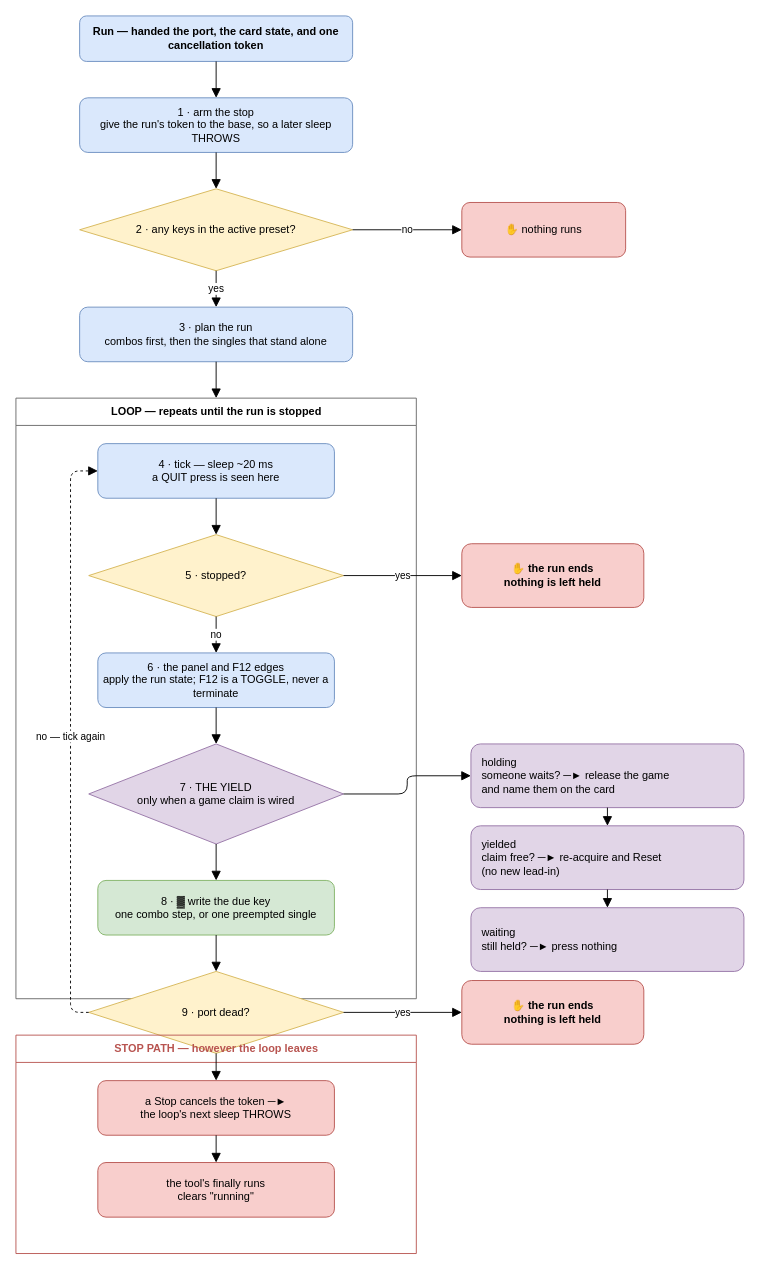
Earlier version of the draw.io diagram v2/docs/diagrams/spammer-flow.drawio (keikeiiu/seal-tools). Source tidied: cells renumbered, new cells numbered last; positions are measured from the earlier drawing's top-left corner, leaving out a move shared by most shapes. Both pictures are drawn from the tidied source at 91%, with x=0, y=0 at pixel (15, 15).
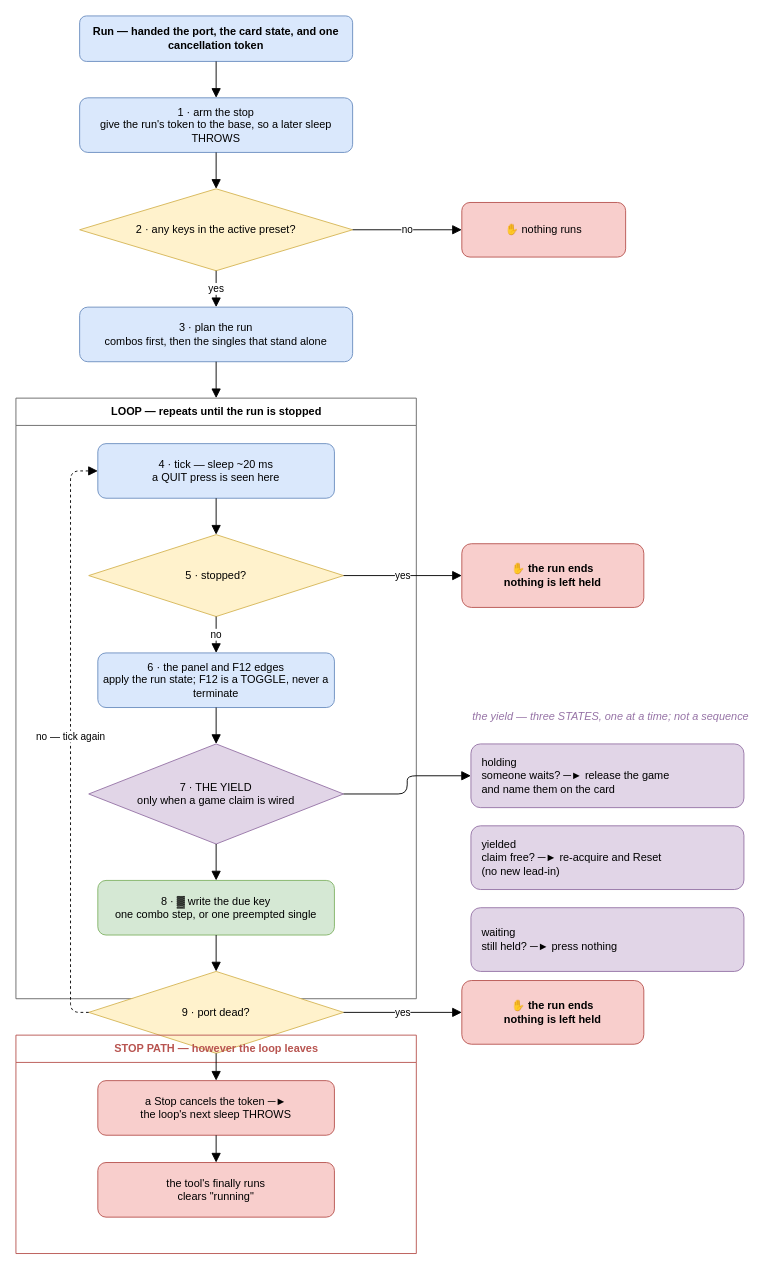
The same diagram, later.

Commit message:
docs(diagrams): the yield is three STATES, not a sequence

Unchanged cells that the change refers to:
```xml
<mxCell id="14" value="holding&#10;someone waits? ─► release the game&#10;and name them on the card" style="rounded=1;whiteSpace=wrap;html=1;fillColor=#e1d5e7;strokeColor=#9673a6;align=left;spacingLeft=10;" parent="1" vertex="1">
  <mxGeometry x="500" y="800" width="300" height="70" as="geometry" />
</mxCell>
<mxCell id="15" value="yielded&#10;claim free? ─► re-acquire and Reset&#10;(no new lead-in)" style="rounded=1;whiteSpace=wrap;html=1;fillColor=#e1d5e7;strokeColor=#9673a6;align=left;spacingLeft=10;" parent="1" vertex="1">
  <mxGeometry x="500" y="890" width="300" height="70" as="geometry" />
</mxCell>
<mxCell id="16" value="waiting&#10;still held? ─► press nothing" style="rounded=1;whiteSpace=wrap;html=1;fillColor=#e1d5e7;strokeColor=#9673a6;align=left;spacingLeft=10;" parent="1" vertex="1">
  <mxGeometry x="500" y="980" width="300" height="70" as="geometry" />
</mxCell>
```

Diff of the diagram source:
```diff
@@
-    <mxCell id="36" style="edgeStyle=orthogonalEdgeStyle;rounded=1;jettySize=auto;html=1;endArrow=block;endSize=8;exitX=0.5;exitY=1;exitDx=0;exitDy=0;entryX=0.5;entryY=0;entryDx=0;entryDy=0;" parent="1" edge="1" source="14" target="15">
-      <mxGeometry relative="1" as="geometry" />
-    </mxCell>
-    <mxCell id="37" style="edgeStyle=orthogonalEdgeStyle;rounded=1;jettySize=auto;html=1;endArrow=block;endSize=8;exitX=0.5;exitY=1;exitDx=0;exitDy=0;entryX=0.5;entryY=0;entryDx=0;entryDy=0;" parent="1" edge="1" source="15" target="16">
-      <mxGeometry relative="1" as="geometry" />
-    </mxCell>
+    <mxCell id="40" value="the yield — three STATES, one at a time; not a sequence" style="text;html=1;align=left;verticalAlign=middle;fontStyle=2;fontColor=#9673a6;" parent="1" vertex="1">
+      <mxGeometry x="500" y="755" width="320" height="30" as="geometry" />
+    </mxCell>
```
